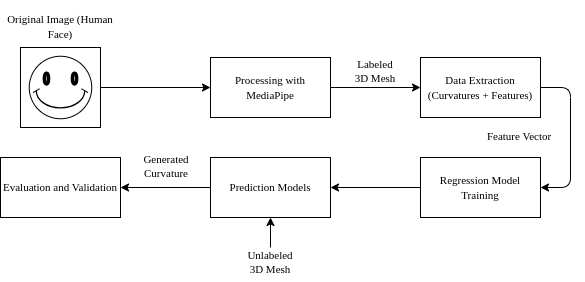
Before: img/met_ing.png, a diagram exported from draw.io (MatheusPaivaa/CurvatureML). Source tidied: cells renumbered, new cells last; positions are measured from the earlier drawing's top-left corner, leaving out a move shared by most shapes.
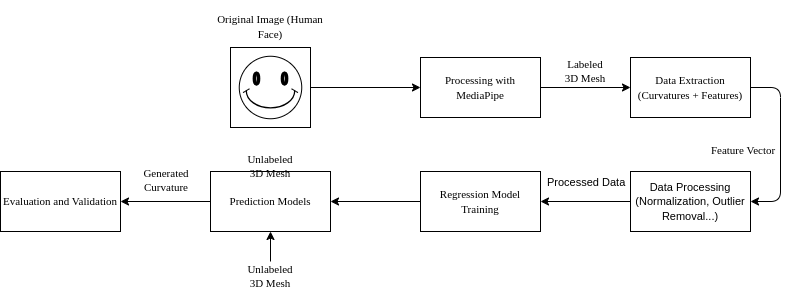
The same diagram one commit later.

What changed in the source:
```diff
@@ -6,57 +6,76 @@
       <mxGeometry relative="1" as="geometry" />
     </mxCell>
     <mxCell id="3" style="whiteSpace=wrap;html=1;" parent="1" vertex="1">
-      <mxGeometry x="20" y="36" width="80" height="80" as="geometry" />
+      <mxGeometry x="210" y="81" width="80" height="80" as="geometry" />
     </mxCell>
     <mxCell id="4" style="edgeStyle=orthogonalEdgeStyle;rounded=0;jettySize=auto;html=1;exitX=1;exitY=0.5;exitDx=0;exitDy=0;entryX=0;entryY=0.5;entryDx=0;entryDy=0;" parent="1" edge="1" source="5" target="7">
       <mxGeometry relative="1" as="geometry" />
     </mxCell>
     <mxCell id="5" value="&lt;font face=&quot;Times New Roman&quot;&gt;&lt;span style=&quot;font-size: 11px;&quot;&gt;Processing with MediaPipe&lt;/span&gt;&lt;/font&gt;" style="rounded=0;whiteSpace=wrap;html=1;" parent="1" vertex="1">
-      <mxGeometry x="210" y="46" width="120" height="60" as="geometry" />
+      <mxGeometry x="400" y="91" width="120" height="60" as="geometry" />
     </mxCell>
-    <mxCell id="6" style="edgeStyle=entityRelationEdgeStyle;rounded=1;jettySize=auto;html=1;exitX=1;exitY=0.5;exitDx=0;exitDy=0;entryX=1;entryY=0.5;entryDx=0;entryDy=0;flowAnimation=0;curved=0;" parent="1" edge="1" source="7" target="11">
-      <mxGeometry relative="1" as="geometry" />
+    <mxCell id="6" style="edgeStyle=entityRelationEdgeStyle;rounded=1;jettySize=auto;html=1;exitX=1;exitY=0.5;exitDx=0;exitDy=0;entryX=1;entryY=0.5;entryDx=0;entryDy=0;flowAnimation=0;curved=0;" parent="1" edge="1" source="7" target="21">
+      <mxGeometry relative="1" as="geometry">
+        <Array as="points">
+          <mxPoint x="838" y="165" />
+          <mxPoint x="798" y="195" />
+          <mxPoint x="678" y="245" />
+          <mxPoint x="778" y="185" />
+        </Array>
+      </mxGeometry>
     </mxCell>
     <mxCell id="7" value="&lt;p&gt;&lt;font face=&quot;Times New Roman&quot;&gt;&lt;span style=&quot;font-size: 11px;&quot;&gt;Data Extraction (Curvatures + Features)&lt;/span&gt;&lt;/font&gt;&lt;br&gt;&lt;/p&gt;" style="rounded=0;whiteSpace=wrap;html=1;" parent="1" vertex="1">
-      <mxGeometry x="420" y="46" width="120" height="60" as="geometry" />
+      <mxGeometry x="610" y="91" width="120" height="60" as="geometry" />
     </mxCell>
     <mxCell id="8" value="&lt;p&gt;&lt;font face=&quot;Times New Roman&quot;&gt;&lt;span style=&quot;font-size: 11px;&quot;&gt;Original Image (Human Face)&lt;/span&gt;&lt;/font&gt;&lt;br&gt;&lt;/p&gt;" style="text;html=1;align=center;verticalAlign=middle;whiteSpace=wrap;rounded=0;" parent="1" vertex="1">
-      <mxGeometry x="5" width="110" height="30" as="geometry" />
+      <mxGeometry x="195" y="45" width="110" height="30" as="geometry" />
     </mxCell>
     <mxCell id="9" style="verticalLabelPosition=bottom;verticalAlign=top;html=1;shape=mxgraph.basic.smiley;" parent="1" vertex="1">
-      <mxGeometry x="28.8" y="44.8" width="62.5" height="62.5" as="geometry" />
+      <mxGeometry x="218.8" y="89.8" width="62.5" height="62.5" as="geometry" />
     </mxCell>
     <mxCell id="10" style="edgeStyle=orthogonalEdgeStyle;rounded=0;jettySize=auto;html=1;exitX=0;exitY=0.5;exitDx=0;exitDy=0;entryX=1;entryY=0.5;entryDx=0;entryDy=0;" parent="1" edge="1" source="11" target="13">
       <mxGeometry relative="1" as="geometry" />
     </mxCell>
     <mxCell id="11" value="&lt;font face=&quot;Times New Roman&quot;&gt;&lt;span style=&quot;font-size: 11px;&quot;&gt;Regression Model Training&lt;/span&gt;&lt;/font&gt;" style="rounded=0;whiteSpace=wrap;html=1;" parent="1" vertex="1">
-      <mxGeometry x="420" y="146" width="120" height="60" as="geometry" />
+      <mxGeometry x="400" y="205" width="120" height="60" as="geometry" />
     </mxCell>
     <mxCell id="12" style="edgeStyle=orthogonalEdgeStyle;rounded=0;jettySize=auto;html=1;exitX=0;exitY=0.5;exitDx=0;exitDy=0;entryX=1;entryY=0.5;entryDx=0;entryDy=0;" parent="1" edge="1" source="13" target="15">
       <mxGeometry relative="1" as="geometry" />
     </mxCell>
     <mxCell id="13" value="&lt;font face=&quot;Times New Roman&quot;&gt;&lt;span style=&quot;font-size: 11px;&quot;&gt;Prediction Models&lt;/span&gt;&lt;/font&gt;" style="rounded=0;whiteSpace=wrap;html=1;" parent="1" vertex="1">
-      <mxGeometry x="210" y="146" width="120" height="60" as="geometry" />
+      <mxGeometry x="190" y="205" width="120" height="60" as="geometry" />
     </mxCell>
     <mxCell id="14" value="&lt;p style=&quot;line-height: 10%;&quot;&gt;&lt;font face=&quot;Times New Roman&quot;&gt;&lt;span style=&quot;font-size: 11px;&quot;&gt;Labeled&lt;/span&gt;&lt;/font&gt;&lt;br&gt;&lt;/p&gt;&lt;p style=&quot;line-height: 10%;&quot;&gt;&lt;font face=&quot;Times New Roman&quot;&gt;&lt;span style=&quot;font-size: 11px;&quot;&gt;3D Mesh&lt;/span&gt;&lt;/font&gt;&lt;/p&gt;" style="text;html=1;align=center;verticalAlign=middle;whiteSpace=wrap;rounded=0;" parent="1" vertex="1">
-      <mxGeometry x="330" y="44.8" width="90" height="30" as="geometry" />
+      <mxGeometry x="520" y="89.8" width="90" height="30" as="geometry" />
     </mxCell>
     <mxCell id="15" value="&lt;div&gt;&lt;font face=&quot;Times New Roman&quot;&gt;&lt;span style=&quot;font-size: 11px;&quot;&gt;Evaluation and Validation&lt;/span&gt;&lt;/font&gt;&lt;br&gt;&lt;/div&gt;" style="rounded=0;whiteSpace=wrap;html=1;" parent="1" vertex="1">
-      <mxGeometry y="146" width="120" height="60" as="geometry" />
+      <mxGeometry x="-20" y="205" width="120" height="60" as="geometry" />
     </mxCell>
     <mxCell id="16" style="endArrow=classic;html=1;rounded=0;entryX=0.5;entryY=1;entryDx=0;entryDy=0;" parent="1" edge="1" target="13">
       <mxGeometry relative="1" as="geometry">
-        <mxPoint x="270" y="236" as="sourcePoint" />
+        <mxPoint x="250" y="295" as="sourcePoint" />
       </mxGeometry>
     </mxCell>
     <mxCell id="17" value="&lt;p style=&quot;line-height: 10%;&quot;&gt;&lt;font style=&quot;font-size: 11px;&quot; face=&quot;Times New Roman&quot;&gt;U&lt;/font&gt;&lt;span style=&quot;background-color: initial; font-size: 11px;&quot;&gt;&lt;font face=&quot;Times New Roman&quot;&gt;nlabeled&lt;/font&gt;&lt;/span&gt;&lt;/p&gt;&lt;p style=&quot;line-height: 10%;&quot;&gt;&lt;span style=&quot;background-color: initial;&quot;&gt;&lt;font style=&quot;&quot; face=&quot;Times New Roman&quot;&gt;&lt;span style=&quot;font-size: 11px;&quot;&gt;3D Mesh&lt;/span&gt;&lt;br&gt;&lt;/font&gt;&lt;/span&gt;&lt;/p&gt;" style="text;html=1;align=center;verticalAlign=middle;whiteSpace=wrap;rounded=0;" parent="1" vertex="1">
-      <mxGeometry x="225" y="236" width="90" height="30" as="geometry" />
+      <mxGeometry x="205" y="295" width="90" height="30" as="geometry" />
     </mxCell>
     <mxCell id="18" value="&lt;p style=&quot;font-size: 11px; line-height: 110%;&quot;&gt;&lt;font face=&quot;Times New Roman&quot;&gt;Feature Vector&lt;/font&gt;&lt;/p&gt;" style="text;html=1;align=center;verticalAlign=middle;whiteSpace=wrap;rounded=0;" parent="1" vertex="1">
-      <mxGeometry x="454" y="110" width="130" height="30" as="geometry" />
+      <mxGeometry x="658" y="169" width="130" height="30" as="geometry" />
     </mxCell>
     <mxCell id="19" value="&lt;p style=&quot;line-height: 10%;&quot;&gt;&lt;font face=&quot;Times New Roman&quot;&gt;&lt;span style=&quot;font-size: 11px;&quot;&gt;Generated&lt;/span&gt;&lt;/font&gt;&lt;/p&gt;&lt;p style=&quot;line-height: 10%;&quot;&gt;&lt;font face=&quot;Times New Roman&quot;&gt;&lt;span style=&quot;font-size: 11px;&quot;&gt;Curvature&lt;/span&gt;&lt;/font&gt;&lt;br&gt;&lt;/p&gt;" style="text;html=1;align=center;verticalAlign=middle;whiteSpace=wrap;rounded=0;" parent="1" vertex="1">
-      <mxGeometry x="121" y="140" width="90" height="30" as="geometry" />
+      <mxGeometry x="101" y="199" width="90" height="30" as="geometry" />
     </mxCell>
+    <mxCell id="20" style="edgeStyle=orthogonalEdgeStyle;rounded=0;jettySize=auto;html=1;exitX=0;exitY=0.5;exitDx=0;exitDy=0;entryX=1;entryY=0.5;entryDx=0;entryDy=0;" parent="1" edge="1" source="21" target="11">
+      <mxGeometry relative="1" as="geometry" />
+    </mxCell>
+    <mxCell id="21" value="&lt;font style=&quot;font-size: 11px;&quot;&gt;Data Processing (Normalization, Outlier Removal...)&lt;/font&gt;" style="rounded=0;whiteSpace=wrap;html=1;" parent="1" vertex="1">
+      <mxGeometry x="610" y="205" width="120" height="60" as="geometry" />
+    </mxCell>
+    <mxCell id="22" value="&lt;p style=&quot;line-height: 10%;&quot;&gt;&lt;font style=&quot;font-size: 11px;&quot; face=&quot;Times New Roman&quot;&gt;U&lt;/font&gt;&lt;span style=&quot;background-color: initial; font-size: 11px;&quot;&gt;&lt;font face=&quot;Times New Roman&quot;&gt;nlabeled&lt;/font&gt;&lt;/span&gt;&lt;/p&gt;&lt;p style=&quot;line-height: 10%;&quot;&gt;&lt;span style=&quot;background-color: initial;&quot;&gt;&lt;font style=&quot;&quot; face=&quot;Times New Roman&quot;&gt;&lt;span style=&quot;font-size: 11px;&quot;&gt;3D Mesh&lt;/span&gt;&lt;br&gt;&lt;/font&gt;&lt;/span&gt;&lt;/p&gt;" style="text;html=1;align=center;verticalAlign=middle;whiteSpace=wrap;rounded=0;" parent="1" vertex="1">
+      <mxGeometry x="205" y="185" width="90" height="30" as="geometry" />
+    </mxCell>
+    <mxCell id="23" value="&lt;p&gt;&lt;font style=&quot;font-size: 11px;&quot;&gt;Processed Data&lt;/font&gt;&lt;/p&gt;" style="text;whiteSpace=wrap;html=1;" parent="1" vertex="1">
+      <mxGeometry x="525" y="190" width="120" height="60" as="geometry" />
+    </mxCell>
   </root>
 </mxGraphModel>
```
